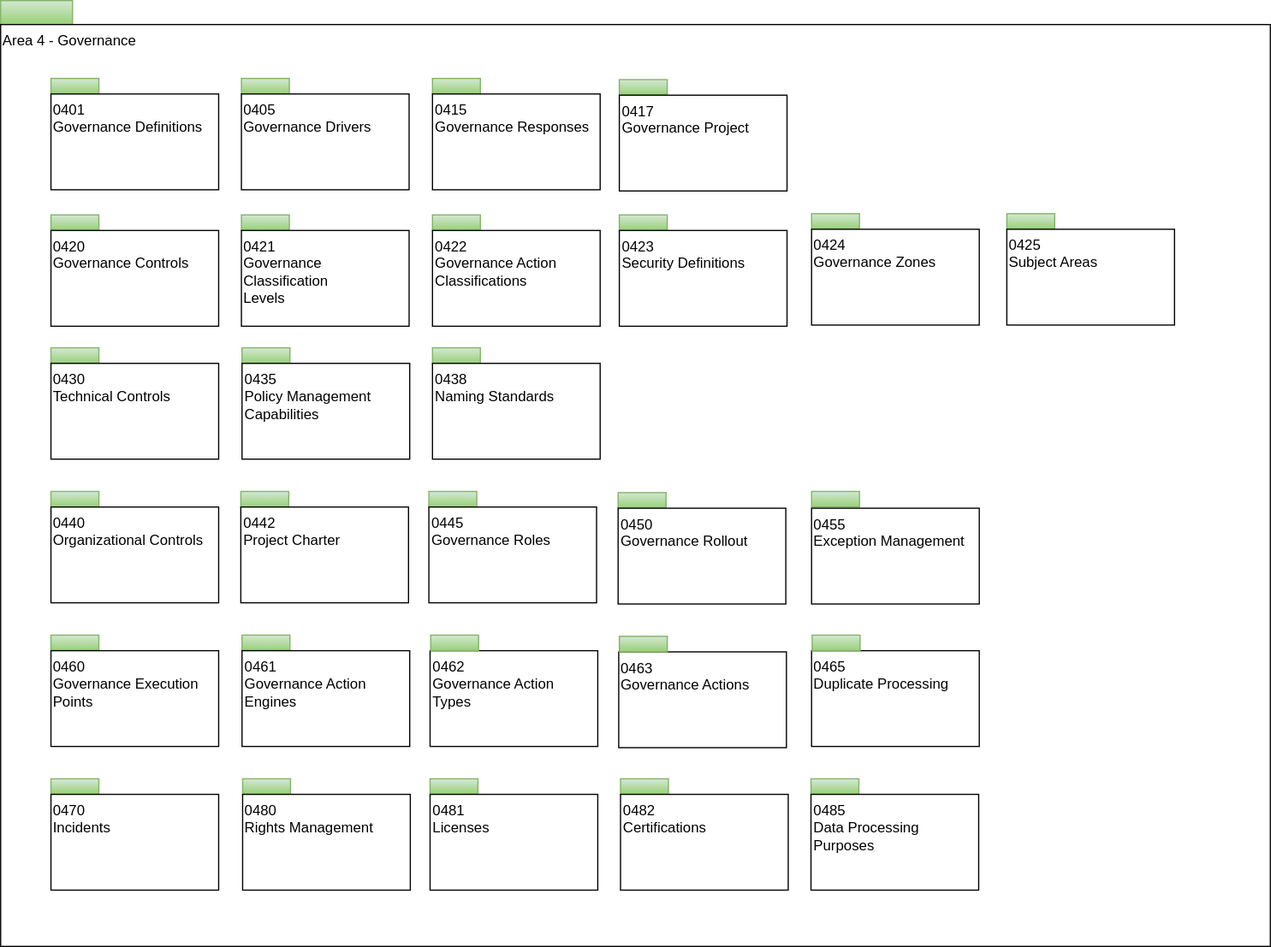
Before: site/docs/types/4/area-4-governance-overview.svg, a diagram exported from draw.io (odpi/egeria-docs). Source tidied: cells renumbered, new cells last; positions are measured from the earlier drawing's top-left corner, leaving out a move shared by most shapes.
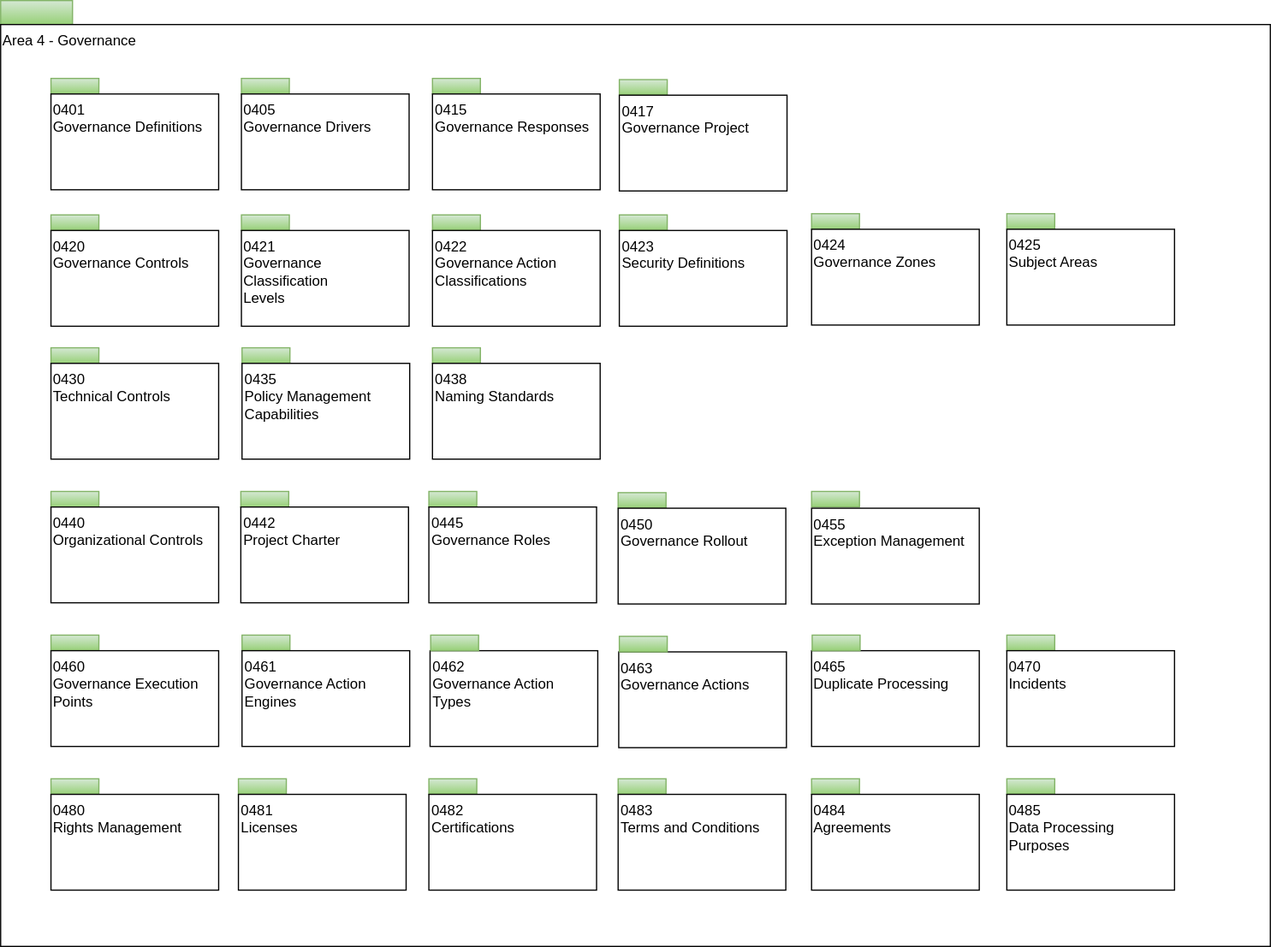
The same diagram one commit later.

The edit, as a diff of the source:
```diff
@@ -81,16 +81,16 @@
       <mxGeometry x="357.5" y="423" width="140" height="80" as="geometry" />
     </mxCell>
     <mxCell id="28" style="rounded=0;whiteSpace=wrap;html=1;align=left;fillColor=#d5e8d4;strokeColor=#82b366;gradientColor=#97d077;" parent="1" vertex="1">
-      <mxGeometry x="202" y="650" width="40" height="13" as="geometry" />
+      <mxGeometry x="42" y="650" width="40" height="13" as="geometry" />
     </mxCell>
     <mxCell id="29" value="0480&lt;br&gt;Rights Management&lt;br&gt;" style="rounded=0;whiteSpace=wrap;html=1;align=left;verticalAlign=top;" parent="1" vertex="1">
-      <mxGeometry x="202" y="663" width="140" height="80" as="geometry" />
+      <mxGeometry x="42" y="663" width="140" height="80" as="geometry" />
     </mxCell>
     <mxCell id="30" style="rounded=0;whiteSpace=wrap;html=1;align=left;fillColor=#d5e8d4;strokeColor=#82b366;gradientColor=#97d077;" parent="1" vertex="1">
-      <mxGeometry x="358.5" y="650" width="40" height="13" as="geometry" />
+      <mxGeometry x="198.5" y="650" width="40" height="13" as="geometry" />
     </mxCell>
     <mxCell id="31" value="0481&lt;br&gt;Licenses&lt;br&gt;" style="rounded=0;whiteSpace=wrap;html=1;align=left;verticalAlign=top;" parent="1" vertex="1">
-      <mxGeometry x="358.5" y="663" width="140" height="80" as="geometry" />
+      <mxGeometry x="198.5" y="663" width="140" height="80" as="geometry" />
     </mxCell>
     <mxCell id="32" style="rounded=0;whiteSpace=wrap;html=1;align=left;fillColor=#d5e8d4;strokeColor=#82b366;gradientColor=#97d077;" parent="1" vertex="1">
       <mxGeometry x="42" y="410" width="40" height="13" as="geometry" />
@@ -99,10 +99,10 @@
       <mxGeometry x="42" y="423" width="140" height="80" as="geometry" />
     </mxCell>
     <mxCell id="34" style="rounded=0;whiteSpace=wrap;html=1;align=left;fillColor=#d5e8d4;strokeColor=#82b366;gradientColor=#97d077;" parent="1" vertex="1">
-      <mxGeometry x="517.5" y="650" width="40" height="13" as="geometry" />
+      <mxGeometry x="357.5" y="650" width="40" height="13" as="geometry" />
     </mxCell>
     <mxCell id="35" value="0482&lt;br&gt;Certifications&lt;br&gt;" style="rounded=0;whiteSpace=wrap;html=1;align=left;verticalAlign=top;" parent="1" vertex="1">
-      <mxGeometry x="517.5" y="663" width="140" height="80" as="geometry" />
+      <mxGeometry x="357.5" y="663" width="140" height="80" as="geometry" />
     </mxCell>
     <mxCell id="36" style="rounded=0;whiteSpace=wrap;html=1;align=left;fillColor=#d5e8d4;strokeColor=#82b366;gradientColor=#97d077;" parent="1" vertex="1">
       <mxGeometry x="360.5" y="179" width="40" height="13" as="geometry" />
@@ -129,10 +129,10 @@
       <mxGeometry x="358.5" y="543" width="140" height="80" as="geometry" />
     </mxCell>
     <mxCell id="44" style="rounded=0;whiteSpace=wrap;html=1;align=left;fillColor=#d5e8d4;strokeColor=#82b366;gradientColor=#97d077;" parent="1" vertex="1">
-      <mxGeometry x="676.5" y="650" width="40" height="13" as="geometry" />
+      <mxGeometry x="840" y="650" width="40" height="13" as="geometry" />
     </mxCell>
     <mxCell id="45" value="0485&lt;br&gt;Data Processing&lt;br&gt;Purposes" style="rounded=0;whiteSpace=wrap;html=1;align=left;verticalAlign=top;" parent="1" vertex="1">
-      <mxGeometry x="676.5" y="663" width="140" height="80" as="geometry" />
+      <mxGeometry x="840" y="663" width="140" height="80" as="geometry" />
     </mxCell>
     <mxCell id="46" style="edgeStyle=none;rounded=0;jettySize=auto;html=1;endArrow=none;endFill=0;" parent="1" edge="1" source="47" target="48">
       <mxGeometry relative="1" as="geometry" />
@@ -162,10 +162,10 @@
       <mxGeometry x="201.5" y="543" width="140" height="80" as="geometry" />
     </mxCell>
     <mxCell id="55" style="rounded=0;whiteSpace=wrap;html=1;align=left;fillColor=#d5e8d4;strokeColor=#82b366;gradientColor=#97d077;" parent="1" vertex="1">
-      <mxGeometry x="42" y="650" width="40" height="13" as="geometry" />
+      <mxGeometry x="840" y="530" width="40" height="13" as="geometry" />
     </mxCell>
     <mxCell id="56" value="0470&lt;br&gt;Incidents" style="rounded=0;whiteSpace=wrap;html=1;align=left;verticalAlign=top;" parent="1" vertex="1">
-      <mxGeometry x="42" y="663" width="140" height="80" as="geometry" />
+      <mxGeometry x="840" y="543" width="140" height="80" as="geometry" />
     </mxCell>
     <mxCell id="57" value="0463&lt;br&gt;Governance Actions" style="rounded=0;whiteSpace=wrap;html=1;align=left;verticalAlign=top;" parent="1" vertex="1">
       <mxGeometry x="516" y="544" width="140" height="80" as="geometry" />
@@ -179,5 +179,17 @@
     <mxCell id="60" style="rounded=0;whiteSpace=wrap;html=1;align=left;fillColor=#d5e8d4;strokeColor=#82b366;gradientColor=#97d077;" parent="1" vertex="1">
       <mxGeometry x="677.5" y="530" width="40" height="13" as="geometry" />
     </mxCell>
+    <mxCell id="61" style="rounded=0;whiteSpace=wrap;html=1;align=left;fillColor=#d5e8d4;strokeColor=#82b366;gradientColor=#97d077;" parent="1" vertex="1">
+      <mxGeometry x="515.5" y="650" width="40" height="13" as="geometry" />
+    </mxCell>
+    <mxCell id="62" value="0483&lt;br&gt;Terms and Conditions" style="rounded=0;whiteSpace=wrap;html=1;align=left;verticalAlign=top;" parent="1" vertex="1">
+      <mxGeometry x="515.5" y="663" width="140" height="80" as="geometry" />
+    </mxCell>
+    <mxCell id="63" style="rounded=0;whiteSpace=wrap;html=1;align=left;fillColor=#d5e8d4;strokeColor=#82b366;gradientColor=#97d077;" parent="1" vertex="1">
+      <mxGeometry x="677" y="650" width="40" height="13" as="geometry" />
+    </mxCell>
+    <mxCell id="64" value="0484&lt;br&gt;Agreements" style="rounded=0;whiteSpace=wrap;html=1;align=left;verticalAlign=top;" parent="1" vertex="1">
+      <mxGeometry x="677" y="663" width="140" height="80" as="geometry" />
+    </mxCell>
   </root>
 </mxGraphModel>
```
